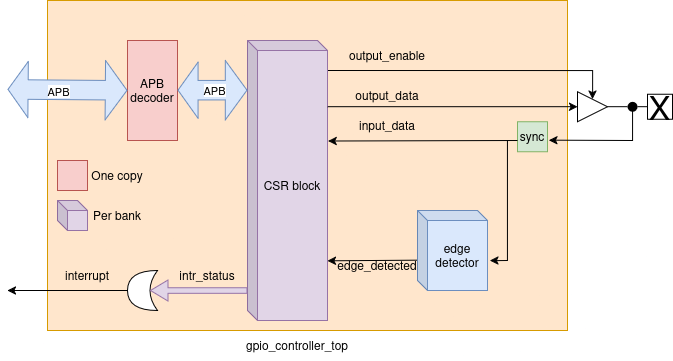
Earlier version of the draw.io export doc/micro_architecture_specification/gpio_controller_block_diagram.png (tamarack-silicon/gpio_controller). Source tidied: cells renumbered, new cells last; positions are measured from the earlier drawing's top-left corner, leaving out a move shared by most shapes.
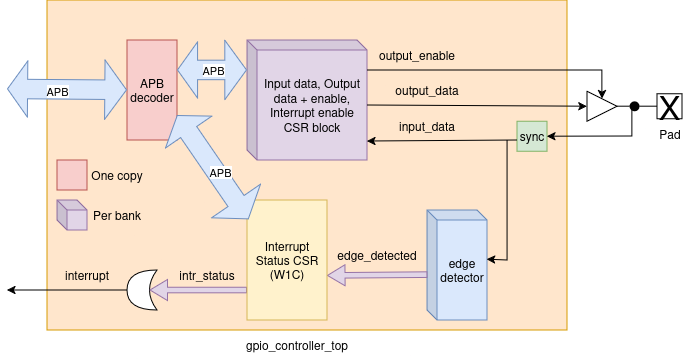
Above is the later version.

What changed in the source:
```diff
@@ -2,141 +2,155 @@
   <root>
     <mxCell id="0" />
     <mxCell id="1" parent="0" />
-    <mxCell id="2" style="rounded=0;whiteSpace=wrap;html=1;fillColor=#ffe6cc;strokeColor=#d79b00;" parent="1" vertex="1">
-      <mxGeometry x="40" width="520" height="330" as="geometry" />
-    </mxCell>
+    <mxCell id="36" style="rounded=0;whiteSpace=wrap;html=1;fillColor=#ffe6cc;strokeColor=#d79b00;" parent="1" vertex="1">
+      <mxGeometry x="40" width="520" height="330" as="geometry" />
+    </mxCell>
     <mxCell id="3" value="&lt;div&gt;gpio_controller_top&lt;/div&gt;" style="text;html=1;whiteSpace=wrap;strokeColor=none;fillColor=none;align=center;verticalAlign=middle;rounded=0;" parent="1" vertex="1">
       <mxGeometry x="260" y="330" width="60" height="30" as="geometry" />
     </mxCell>
     <mxCell id="4" value="APB decoder" style="rounded=0;whiteSpace=wrap;html=1;fillColor=#f8cecc;strokeColor=#b85450;" parent="1" vertex="1">
       <mxGeometry x="120" y="40" width="50" height="100" as="geometry" />
     </mxCell>
-    <mxCell id="5" value="CSR block" style="shape=cube;whiteSpace=wrap;html=1;boundedLbl=1;backgroundOutline=1;darkOpacity=0.05;darkOpacity2=0.1;size=10;fillColor=#e1d5e7;strokeColor=#9673a6;" parent="1" vertex="1">
-      <mxGeometry x="240" y="40" width="80" height="280" as="geometry" />
-    </mxCell>
-    <mxCell id="6" style="shape=flexArrow;endArrow=classic;startArrow=classic;html=1;rounded=0;endWidth=35.68;endSize=6.36;startWidth=38.88;startSize=6.892799999999999;width=19.52;fillColor=#dae8fc;strokeColor=#6c8ebf;" parent="1" edge="1">
-      <mxGeometry relative="1" as="geometry">
-        <mxPoint x="120" y="90" as="sourcePoint" />
-        <mxPoint y="89" as="targetPoint" />
-      </mxGeometry>
-    </mxCell>
-    <mxCell id="7" value="&lt;div&gt;APB&lt;/div&gt;" style="edgeLabel;html=1;align=center;verticalAlign=middle;" parent="6" vertex="1">
-      <mxGeometry x="0.06" y="1" relative="1" as="geometry">
-        <mxPoint x="-6" as="offset" />
-      </mxGeometry>
-    </mxCell>
-    <mxCell id="8" style="shape=flexArrow;endArrow=classic;startArrow=classic;html=1;rounded=0;endWidth=35.68;endSize=6.36;startWidth=38.88;startSize=6.892799999999999;width=19.52;fillColor=#dae8fc;strokeColor=#6c8ebf;" parent="1" edge="1">
-      <mxGeometry relative="1" as="geometry">
-        <mxPoint x="240" y="89.6" as="sourcePoint" />
-        <mxPoint x="170" y="89.6" as="targetPoint" />
-      </mxGeometry>
-    </mxCell>
-    <mxCell id="9" value="&lt;div&gt;APB&lt;/div&gt;" style="edgeLabel;html=1;align=center;verticalAlign=middle;" parent="8" vertex="1">
-      <mxGeometry x="-0.03" y="-7" relative="1" as="geometry">
-        <mxPoint y="7" as="offset" />
-      </mxGeometry>
-    </mxCell>
-    <mxCell id="10" style="rounded=0;whiteSpace=wrap;html=1;fillColor=#f8cecc;strokeColor=#b85450;" parent="1" vertex="1">
-      <mxGeometry x="50" y="160" width="30" height="30" as="geometry" />
-    </mxCell>
+    <mxCell id="37" value="Input data, Output data + enable, Interrupt enable CSR block" style="shape=cube;whiteSpace=wrap;html=1;boundedLbl=1;backgroundOutline=1;darkOpacity=0.05;darkOpacity2=0.1;size=10;fillColor=#e1d5e7;strokeColor=#9673a6;" parent="1" vertex="1">
+      <mxGeometry x="240" y="40" width="120" height="120" as="geometry" />
+    </mxCell>
+    <mxCell id="38" style="shape=flexArrow;endArrow=classic;startArrow=classic;html=1;rounded=0;endWidth=35.68;endSize=6.36;startWidth=38.88;startSize=6.892799999999999;width=19.52;fillColor=#dae8fc;strokeColor=#6c8ebf;" parent="1" edge="1">
+      <mxGeometry relative="1" as="geometry">
+        <mxPoint x="120" y="90" as="sourcePoint" />
+        <mxPoint y="89" as="targetPoint" />
+      </mxGeometry>
+    </mxCell>
+    <mxCell id="39" value="&lt;div&gt;APB&lt;/div&gt;" style="edgeLabel;html=1;align=center;verticalAlign=middle;" parent="38" vertex="1">
+      <mxGeometry x="0.06" y="1" relative="1" as="geometry">
+        <mxPoint x="-6" as="offset" />
+      </mxGeometry>
+    </mxCell>
+    <mxCell id="40" style="shape=flexArrow;endArrow=classic;startArrow=classic;html=1;rounded=0;endWidth=35.68;endSize=6.36;startWidth=38.88;startSize=6.892799999999999;width=19.52;fillColor=#dae8fc;strokeColor=#6c8ebf;" parent="1" edge="1">
+      <mxGeometry relative="1" as="geometry">
+        <mxPoint x="240" y="70" as="sourcePoint" />
+        <mxPoint x="170" y="70" as="targetPoint" />
+      </mxGeometry>
+    </mxCell>
+    <mxCell id="41" value="&lt;div&gt;APB&lt;/div&gt;" style="edgeLabel;html=1;align=center;verticalAlign=middle;" parent="40" vertex="1">
+      <mxGeometry x="-0.03" y="-7" relative="1" as="geometry">
+        <mxPoint y="7" as="offset" />
+      </mxGeometry>
+    </mxCell>
+    <mxCell id="42" style="rounded=0;whiteSpace=wrap;html=1;fillColor=#f8cecc;strokeColor=#b85450;" parent="1" vertex="1">
+      <mxGeometry x="50" y="160" width="30" height="30" as="geometry" />
+    </mxCell>
     <mxCell id="11" value="One copy" style="text;html=1;whiteSpace=wrap;strokeColor=none;fillColor=none;align=center;verticalAlign=middle;rounded=0;" parent="1" vertex="1">
       <mxGeometry x="80" y="160" width="60" height="30" as="geometry" />
     </mxCell>
-    <mxCell id="12" style="shape=cube;whiteSpace=wrap;html=1;boundedLbl=1;backgroundOutline=1;darkOpacity=0.05;darkOpacity2=0.1;fillColor=#e1d5e7;strokeColor=#9673a6;size=10;" parent="1" vertex="1">
-      <mxGeometry x="50" y="200" width="30" height="30" as="geometry" />
-    </mxCell>
+    <mxCell id="43" style="shape=cube;whiteSpace=wrap;html=1;boundedLbl=1;backgroundOutline=1;darkOpacity=0.05;darkOpacity2=0.1;fillColor=#e1d5e7;strokeColor=#9673a6;size=10;" parent="1" vertex="1">
+      <mxGeometry x="50" y="200" width="30" height="30" as="geometry" />
+    </mxCell>
     <mxCell id="13" value="Per bank" style="text;html=1;whiteSpace=wrap;strokeColor=none;fillColor=none;align=center;verticalAlign=middle;rounded=0;" parent="1" vertex="1">
       <mxGeometry x="80" y="200" width="60" height="30" as="geometry" />
     </mxCell>
-    <mxCell id="14" style="triangle;whiteSpace=wrap;html=1;" parent="1" vertex="1">
-      <mxGeometry x="570" y="91.2" width="30" height="30" as="geometry" />
-    </mxCell>
-    <mxCell id="15" style="endArrow=classic;html=1;rounded=0;entryX=0;entryY=0.5;entryDx=0;entryDy=0;exitX=0;exitY=0;exitDx=80;exitDy=45;exitPerimeter=0;" parent="1" edge="1" target="14">
-      <mxGeometry relative="1" as="geometry">
-        <mxPoint x="320.2" y="106.2" as="sourcePoint" />
-      </mxGeometry>
-    </mxCell>
+    <mxCell id="44" style="triangle;whiteSpace=wrap;html=1;" parent="1" vertex="1">
+      <mxGeometry x="580" y="91.2" width="30" height="30" as="geometry" />
+    </mxCell>
+    <mxCell id="45" style="endArrow=classic;html=1;rounded=0;entryX=0;entryY=0.5;entryDx=0;entryDy=0;exitX=0;exitY=0;exitDx=120;exitDy=65;exitPerimeter=0;" parent="1" edge="1" source="37" target="44">
+      <mxGeometry relative="1" as="geometry" />
+    </mxCell>
     <mxCell id="16" value="&lt;font style=&quot;font-size: 33px;&quot;&gt;X&lt;/font&gt;" style="whiteSpace=wrap;html=1;" parent="1" vertex="1">
-      <mxGeometry x="640" y="93.7" width="25" height="25" as="geometry" />
+      <mxGeometry x="650" y="93.7" width="25" height="25" as="geometry" />
     </mxCell>
-    <mxCell id="17" style="endArrow=none;html=1;rounded=0;exitX=1;exitY=0.5;exitDx=0;exitDy=0;entryX=0;entryY=0.5;entryDx=0;entryDy=0;" parent="1" edge="1" source="35" target="16">
-      <mxGeometry relative="1" as="geometry" />
-    </mxCell>
-    <mxCell id="18" style="endArrow=classic;html=1;rounded=0;entryX=0.5;entryY=0;entryDx=0;entryDy=0;exitX=1.008;exitY=0.107;exitDx=0;exitDy=0;exitPerimeter=0;" parent="1" edge="1" source="5" target="14">
-      <mxGeometry relative="1" as="geometry">
-        <Array as="points">
-          <mxPoint x="585" y="70" />
-        </Array>
-      </mxGeometry>
-    </mxCell>
-    <mxCell id="19" style="endArrow=classic;html=1;rounded=0;entryX=1.043;entryY=0.616;entryDx=0;entryDy=0;entryPerimeter=0;" parent="1" edge="1" target="32">
-      <mxGeometry relative="1" as="geometry">
-        <mxPoint x="625" y="110" as="sourcePoint" />
-        <Array as="points">
-          <mxPoint x="625" y="140" />
-        </Array>
-      </mxGeometry>
-    </mxCell>
-    <mxCell id="20" style="shape=xor;whiteSpace=wrap;html=1;rotation=-180;" parent="1" vertex="1">
-      <mxGeometry x="120" y="270" width="30" height="40" as="geometry" />
-    </mxCell>
-    <mxCell id="21" style="endArrow=classic;html=1;rounded=0;exitX=1;exitY=0.5;exitDx=0;exitDy=0;exitPerimeter=0;" parent="1" edge="1" source="20">
-      <mxGeometry relative="1" as="geometry">
-        <mxPoint y="290" as="targetPoint" />
-      </mxGeometry>
-    </mxCell>
+    <mxCell id="46" style="endArrow=none;html=1;rounded=0;exitX=1;exitY=0.5;exitDx=0;exitDy=0;entryX=0;entryY=0.5;entryDx=0;entryDy=0;" parent="1" edge="1" source="53" target="16">
+      <mxGeometry relative="1" as="geometry" />
+    </mxCell>
+    <mxCell id="47" style="shape=xor;whiteSpace=wrap;html=1;rotation=-180;" parent="1" vertex="1">
+      <mxGeometry x="120" y="270" width="30" height="40" as="geometry" />
+    </mxCell>
+    <mxCell id="48" style="endArrow=classic;html=1;rounded=0;exitX=1;exitY=0.5;exitDx=0;exitDy=0;exitPerimeter=0;" parent="1" edge="1" source="47">
+      <mxGeometry relative="1" as="geometry">
+        <mxPoint y="290" as="targetPoint" />
+      </mxGeometry>
+    </mxCell>
     <mxCell id="22" value="interrupt" style="text;html=1;whiteSpace=wrap;strokeColor=none;fillColor=none;align=center;verticalAlign=middle;rounded=0;" parent="1" vertex="1">
       <mxGeometry x="50" y="260" width="60" height="30" as="geometry" />
     </mxCell>
-    <mxCell id="23" style="shape=flexArrow;endArrow=classic;html=1;rounded=0;entryX=0.25;entryY=0.5;entryDx=0;entryDy=0;entryPerimeter=0;fillColor=#e1d5e7;strokeColor=#9673a6;width=5.614035087719298;endSize=5.505263157894737;endWidth=14.453678054786087;" parent="1" edge="1" target="20">
-      <mxGeometry relative="1" as="geometry">
-        <mxPoint x="240" y="290" as="sourcePoint" />
-      </mxGeometry>
-    </mxCell>
+    <mxCell id="49" style="shape=flexArrow;endArrow=classic;html=1;rounded=0;entryX=0.25;entryY=0.5;entryDx=0;entryDy=0;entryPerimeter=0;fillColor=#e1d5e7;strokeColor=#9673a6;width=5.614035087719298;endSize=5.505263157894737;endWidth=14.453678054786087;" parent="1" edge="1" target="47">
+      <mxGeometry relative="1" as="geometry">
+        <mxPoint x="240" y="290" as="sourcePoint" />
+      </mxGeometry>
+    </mxCell>
     <mxCell id="24" value="intr_status" style="text;html=1;whiteSpace=wrap;strokeColor=none;fillColor=none;align=center;verticalAlign=middle;rounded=0;" parent="1" vertex="1">
       <mxGeometry x="170" y="260" width="60" height="30" as="geometry" />
     </mxCell>
     <mxCell id="25" value="input_data" style="text;html=1;whiteSpace=wrap;strokeColor=none;fillColor=none;align=center;verticalAlign=middle;rounded=0;" parent="1" vertex="1">
-      <mxGeometry x="350" y="110" width="60" height="30" as="geometry" />
+      <mxGeometry x="390" y="111.2" width="60" height="30" as="geometry" />
     </mxCell>
     <mxCell id="26" value="output_enable" style="text;html=1;whiteSpace=wrap;strokeColor=none;fillColor=none;align=center;verticalAlign=middle;rounded=0;" parent="1" vertex="1">
-      <mxGeometry x="350" y="40" width="60" height="30" as="geometry" />
+      <mxGeometry x="380" y="40" width="60" height="30" as="geometry" />
     </mxCell>
     <mxCell id="27" value="output_data" style="text;html=1;whiteSpace=wrap;strokeColor=none;fillColor=none;align=center;verticalAlign=middle;rounded=0;" parent="1" vertex="1">
-      <mxGeometry x="350" y="80" width="60" height="30" as="geometry" />
+      <mxGeometry x="390" y="75" width="60" height="30" as="geometry" />
     </mxCell>
     <mxCell id="28" value="edge detector" style="shape=cube;whiteSpace=wrap;html=1;boundedLbl=1;backgroundOutline=1;darkOpacity=0.05;darkOpacity2=0.1;size=10;fillColor=#dae8fc;strokeColor=#6c8ebf;" parent="1" vertex="1">
-      <mxGeometry x="410" y="210" width="70" height="80" as="geometry" />
+      <mxGeometry x="420" y="210" width="60" height="110" as="geometry" />
     </mxCell>
-    <mxCell id="29" style="endArrow=classic;html=1;rounded=0;entryX=1.035;entryY=0.627;entryDx=0;entryDy=0;entryPerimeter=0;" parent="1" edge="1" target="28">
-      <mxGeometry relative="1" as="geometry">
-        <mxPoint x="500" y="140" as="sourcePoint" />
-        <Array as="points">
-          <mxPoint x="500" y="260" />
-        </Array>
-      </mxGeometry>
-    </mxCell>
-    <mxCell id="30" style="endArrow=classic;html=1;rounded=0;entryX=0;entryY=0;entryDx=0;entryDy=35;entryPerimeter=0;exitX=-0.009;exitY=0.621;exitDx=0;exitDy=0;exitPerimeter=0;" parent="1" edge="1" source="28">
-      <mxGeometry relative="1" as="geometry">
-        <mxPoint x="320" y="260.3" as="targetPoint" />
-      </mxGeometry>
-    </mxCell>
+    <mxCell id="50" style="endArrow=classic;html=1;rounded=0;entryX=0.993;entryY=0.447;entryDx=0;entryDy=0;entryPerimeter=0;" parent="1" edge="1" target="28">
+      <mxGeometry relative="1" as="geometry">
+        <mxPoint x="500" y="140" as="sourcePoint" />
+        <Array as="points">
+          <mxPoint x="500" y="260" />
+        </Array>
+      </mxGeometry>
+    </mxCell>
     <mxCell id="31" value="edge_detected" style="text;html=1;whiteSpace=wrap;strokeColor=none;fillColor=none;align=center;verticalAlign=middle;rounded=0;" parent="1" vertex="1">
-      <mxGeometry x="340" y="250" width="60" height="30" as="geometry" />
+      <mxGeometry x="340" y="240" width="60" height="30" as="geometry" />
     </mxCell>
     <mxCell id="32" value="sync" style="whiteSpace=wrap;html=1;fillColor=#d5e8d4;strokeColor=#82b366;" parent="1" vertex="1">
       <mxGeometry x="510" y="121.2" width="30" height="30" as="geometry" />
     </mxCell>
-    <mxCell id="33" style="endArrow=classic;html=1;rounded=0;entryX=1.007;entryY=0.359;entryDx=0;entryDy=0;entryPerimeter=0;" parent="1" edge="1" target="5">
-      <mxGeometry relative="1" as="geometry">
-        <mxPoint x="510" y="140" as="sourcePoint" />
-      </mxGeometry>
-    </mxCell>
-    <mxCell id="34" style="endArrow=none;html=1;rounded=0;exitX=1;exitY=0.5;exitDx=0;exitDy=0;entryX=0;entryY=0.5;entryDx=0;entryDy=0;" parent="1" edge="1" source="14" target="35">
-      <mxGeometry relative="1" as="geometry" />
-    </mxCell>
-    <mxCell id="35" style="ellipse;whiteSpace=wrap;html=1;fillColor=light-dark(#000000, #392f3f);strokeColor=none;" parent="1" vertex="1">
-      <mxGeometry x="620" y="101.2" width="10" height="10" as="geometry" />
-    </mxCell>
+    <mxCell id="51" style="endArrow=classic;html=1;rounded=0;" parent="1" edge="1">
+      <mxGeometry relative="1" as="geometry">
+        <mxPoint x="510" y="140" as="sourcePoint" />
+        <mxPoint x="360" y="141" as="targetPoint" />
+      </mxGeometry>
+    </mxCell>
+    <mxCell id="52" style="endArrow=none;html=1;rounded=0;exitX=1;exitY=0.5;exitDx=0;exitDy=0;entryX=0;entryY=0.5;entryDx=0;entryDy=0;" parent="1" edge="1" source="44" target="53">
+      <mxGeometry relative="1" as="geometry" />
+    </mxCell>
+    <mxCell id="53" style="ellipse;whiteSpace=wrap;html=1;fillColor=light-dark(#000000, #392f3f);strokeColor=none;" parent="1" vertex="1">
+      <mxGeometry x="622.5" y="101.2" width="10" height="10" as="geometry" />
+    </mxCell>
+    <mxCell id="54" style="endArrow=classic;html=1;rounded=0;entryX=0.5;entryY=0;entryDx=0;entryDy=0;exitX=1.001;exitY=0.25;exitDx=0;exitDy=0;exitPerimeter=0;" parent="1" edge="1" source="37" target="44">
+      <mxGeometry relative="1" as="geometry">
+        <Array as="points">
+          <mxPoint x="595" y="70" />
+        </Array>
+      </mxGeometry>
+    </mxCell>
+    <mxCell id="55" style="shape=flexArrow;endArrow=classic;html=1;rounded=0;fillColor=#e1d5e7;strokeColor=#9673a6;width=5.614035087719298;endSize=5.505263157894737;endWidth=14.453678054786087;exitX=0.007;exitY=0.72;exitDx=0;exitDy=0;exitPerimeter=0;" parent="1" edge="1">
+      <mxGeometry relative="1" as="geometry">
+        <mxPoint x="420.4" y="274.6" as="sourcePoint" />
+        <mxPoint x="320" y="275.4" as="targetPoint" />
+      </mxGeometry>
+    </mxCell>
+    <mxCell id="56" value="&lt;div&gt;Interrupt Status CSR&lt;/div&gt;&lt;div&gt;(W1C)&lt;/div&gt;" style="rounded=0;whiteSpace=wrap;html=1;fillColor=#fff2cc;strokeColor=#d6b656;" parent="1" vertex="1">
+      <mxGeometry x="240" y="200" width="80" height="120" as="geometry" />
+    </mxCell>
+    <mxCell id="57" style="shape=flexArrow;endArrow=classic;startArrow=classic;html=1;rounded=0;endWidth=35.68;endSize=6.36;startWidth=38.88;startSize=6.892799999999999;width=19.52;fillColor=#dae8fc;strokeColor=#6c8ebf;exitX=0.02;exitY=0.16;exitDx=0;exitDy=0;exitPerimeter=0;entryX=1;entryY=0.75;entryDx=0;entryDy=0;" parent="1" edge="1" source="56" target="4">
+      <mxGeometry relative="1" as="geometry" />
+    </mxCell>
+    <mxCell id="58" value="&lt;div&gt;APB&lt;/div&gt;" style="edgeLabel;html=1;align=center;verticalAlign=middle;" parent="57" vertex="1">
+      <mxGeometry x="-0.03" y="-7" relative="1" as="geometry">
+        <mxPoint y="7" as="offset" />
+      </mxGeometry>
+    </mxCell>
+    <mxCell id="59" value="Pad" style="text;html=1;whiteSpace=wrap;strokeColor=none;fillColor=none;align=center;verticalAlign=middle;rounded=0;" parent="1" vertex="1">
+      <mxGeometry x="632.5" y="118.7" width="60" height="30" as="geometry" />
+    </mxCell>
+    <mxCell id="60" style="endArrow=classic;html=1;rounded=0;entryX=1;entryY=0.5;entryDx=0;entryDy=0;" parent="1" edge="1" target="32">
+      <mxGeometry relative="1" as="geometry">
+        <mxPoint x="625" y="105" as="sourcePoint" />
+        <Array as="points">
+          <mxPoint x="625" y="136" />
+        </Array>
+      </mxGeometry>
+    </mxCell>
   </root>
 </mxGraphModel>
```
